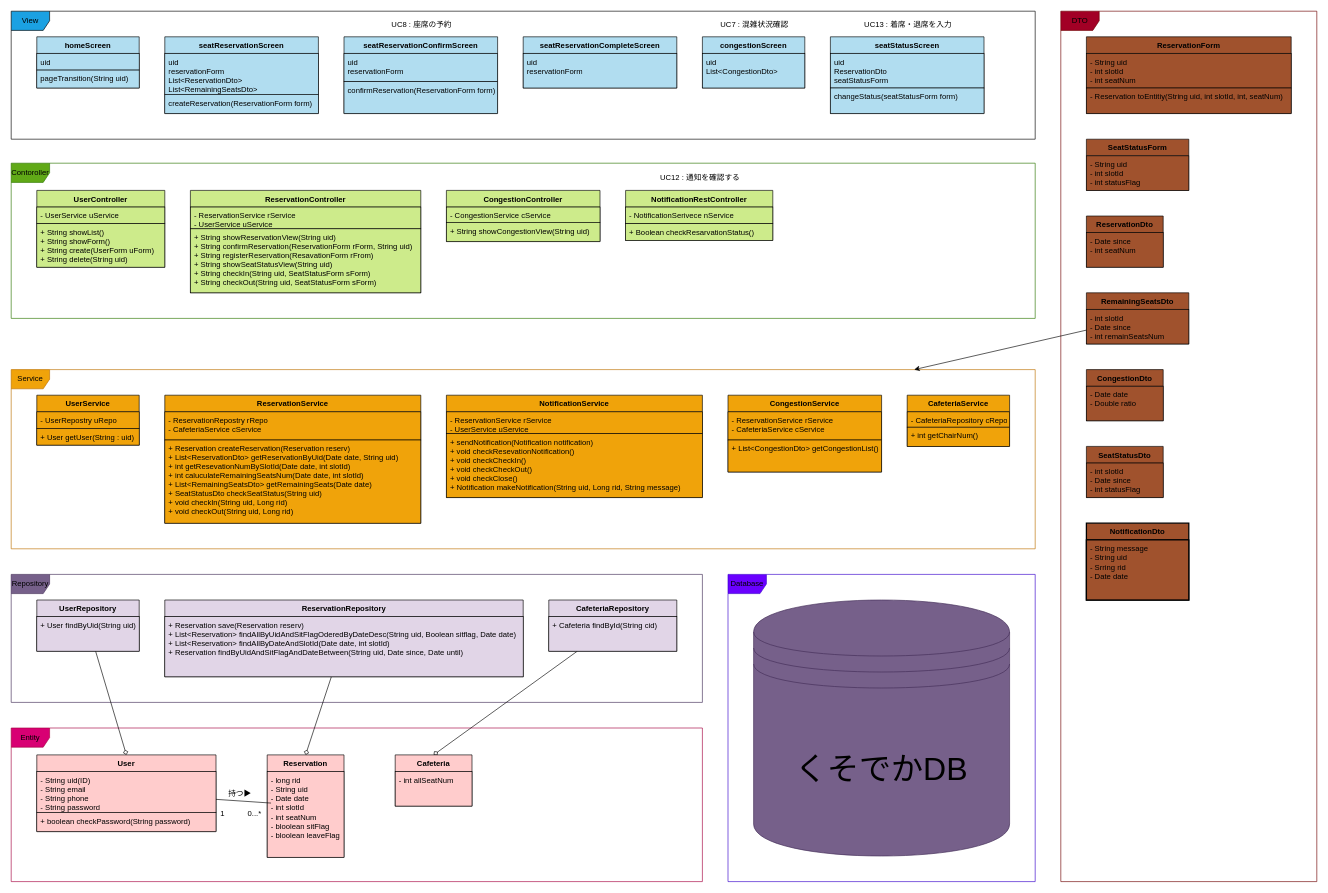
Before: CaptainLunch/design/drawio/class_ing.drawio in 10matcho27/Avengers, a draw.io diagram. Source tidied: cells renumbered, new cells numbered last; positions are measured from the earlier drawing's top-left corner, leaving out a move shared by most shapes. Both pictures are drawn from the tidied source at 64%, with x=0, y=0 at pixel (11, 11).
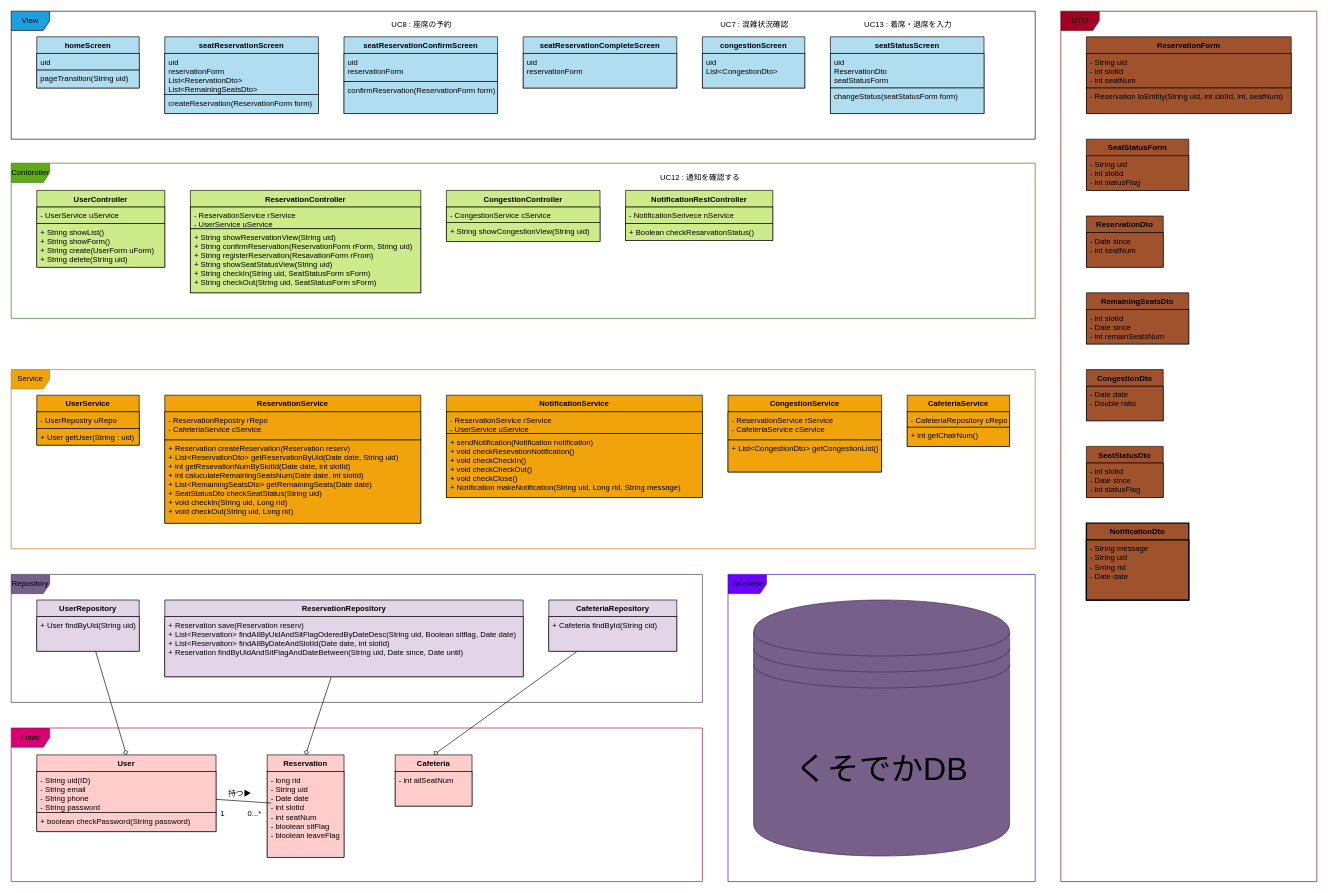
After the change.

Commit message (it also covers changes not shown here):
なんか変な線が伸びてたので修正

Unchanged cells that the change refers to:
```xml
<mxCell id="3" value="Service" style="shape=umlFrame;whiteSpace=wrap;html=1;fontColor=#000000;strokeColor=#BD7000;fillColor=#f0a30a;" parent="1" vertex="1">
  <mxGeometry y="560" width="1600" height="280" as="geometry" />
</mxCell>
<mxCell id="39" value="RemainingSeatsDto" style="swimlane;fontStyle=1;align=center;verticalAlign=top;horizontal=1;startSize=26;fontColor=#000000;fillColor=#a0522d;strokeColor=#000000;" parent="1" vertex="1">
  <mxGeometry x="1680" y="440" width="160" height="80" as="geometry" />
</mxCell>
```

What changed in the source:
```diff
@@
-    <mxCell id="38" style="edgeStyle=none;html=1;fontFamily=Helvetica;fontSize=12;fontColor=#000000;startSize=26;" parent="1" edge="1" source="39" target="3">
-      <mxGeometry relative="1" as="geometry" />
-    </mxCell>
```
